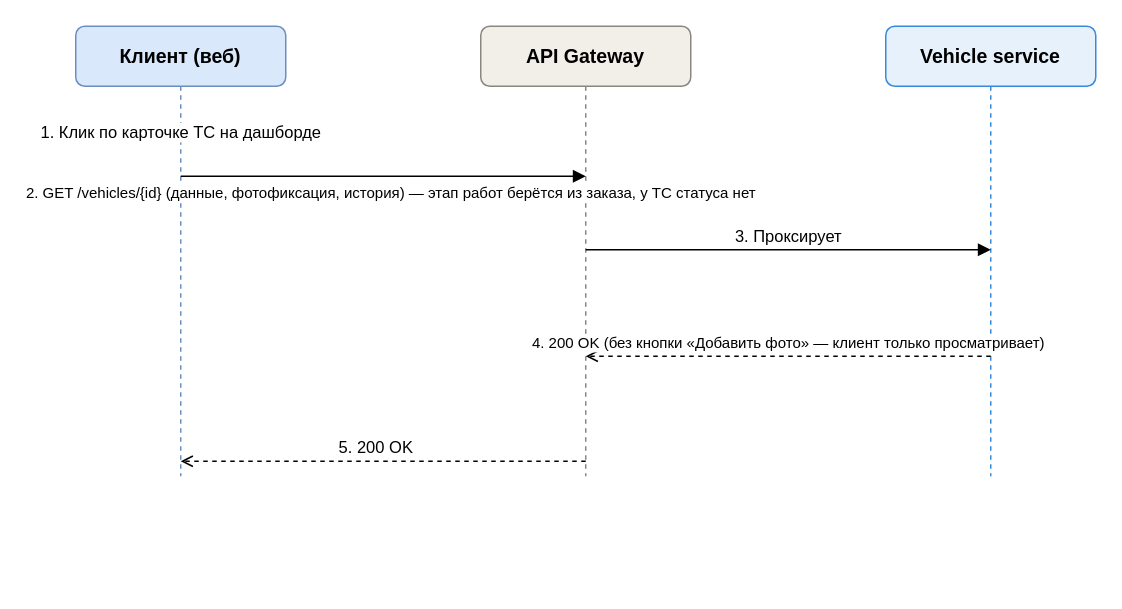
Earlier version of the draw.io diagram stuff/uml/sequence/sequence-vehicle-card.drawio (TFRunity/sto). Source tidied: cells renumbered, new cells numbered last; positions are measured from the earlier drawing's top-left corner, leaving out a move shared by most shapes. Both pictures are drawn from the tidied source at 150%, with x=0, y=0 at pixel (75, 26).
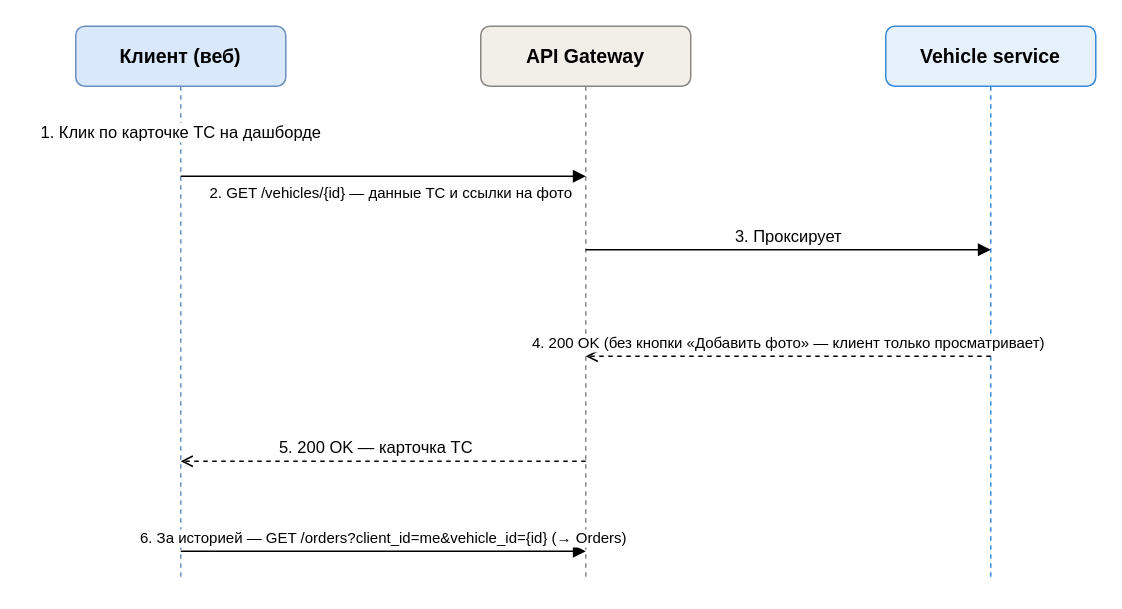
The same page after the edit.

Unchanged cells that the change refers to:
```xml
<mxCell id="2" value="Клиент (веб)" style="rounded=1;whiteSpace=wrap;html=1;fillColor=#dae8fc;strokeColor=#6c8ebf;fontSize=13;fontStyle=1;" parent="1" vertex="1">
  <mxGeometry width="140" height="40" as="geometry" />
</mxCell>
<mxCell id="3" value="API Gateway" style="rounded=1;whiteSpace=wrap;html=1;fillColor=#f1efe8;strokeColor=#888780;fontSize=13;fontStyle=1;" parent="1" vertex="1">
  <mxGeometry x="270" width="140" height="40" as="geometry" />
</mxCell>
<mxCell id="4" value="Vehicle service" style="rounded=1;whiteSpace=wrap;html=1;fillColor=#e6f1fb;strokeColor=#378add;fontSize=13;fontStyle=1;" parent="1" vertex="1">
  <mxGeometry x="540" width="140" height="40" as="geometry" />
</mxCell>
```

What changed in the source:
```diff
@@
     <mxCell id="5" style="endArrow=none;dashed=1;html=1;strokeColor=#6c8ebf;" parent="1" edge="1" source="2">
       <mxGeometry relative="1" as="geometry">
-        <mxPoint x="70" y="300" as="targetPoint" />
+        <mxPoint x="70" y="370" as="targetPoint" />
       </mxGeometry>
     </mxCell>
     <mxCell id="6" style="endArrow=none;dashed=1;html=1;strokeColor=#888780;" parent="1" edge="1" source="3">
       <mxGeometry relative="1" as="geometry">
-        <mxPoint x="340" y="300" as="targetPoint" />
+        <mxPoint x="340" y="370" as="targetPoint" />
       </mxGeometry>
     </mxCell>
     <mxCell id="7" style="endArrow=none;dashed=1;html=1;strokeColor=#378add;" parent="1" edge="1" source="4">
       <mxGeometry relative="1" as="geometry">
-        <mxPoint x="610" y="300" as="targetPoint" />
+        <mxPoint x="610" y="370" as="targetPoint" />
       </mxGeometry>
     </mxCell>
@@
-    <mxCell id="9" value="2. GET /vehicles/{id} (данные, фотофиксация, история) — этап работ берётся из заказа, у ТС статуса нет" style="html=1;endArrow=block;fontSize=10;align=center;verticalAlign=bottom;" parent="1" edge="1">
+    <mxCell id="9" value="2. GET /vehicles/{id} — данные ТС и ссылки на фото" style="html=1;endArrow=block;fontSize=10;align=center;verticalAlign=bottom;" parent="1" edge="1">
       <mxGeometry x="0.04" y="-20" relative="1" as="geometry">
         <mxPoint x="70" y="100" as="sourcePoint" />
         <mxPoint x="340" y="100" as="targetPoint" />
       </mxGeometry>
     </mxCell>
@@
-    <mxCell id="12" value="5. 200 OK" style="html=1;endArrow=open;dashed=1;fontSize=11;align=center;verticalAlign=bottom;" parent="1" edge="1">
+    <mxCell id="12" value="5. 200 OK — карточка ТС" style="html=1;endArrow=open;dashed=1;fontSize=11;align=center;verticalAlign=bottom;" parent="1" edge="1">
       <mxGeometry x="0.04" relative="1" as="geometry">
         <mxPoint x="340" y="290" as="sourcePoint" />
         <mxPoint x="70" y="290" as="targetPoint" />
       </mxGeometry>
     </mxCell>
+    <mxCell id="13" value="6. За историей — GET /orders?client_id=me&amp;vehicle_id={id} (→ Orders)" style="html=1;endArrow=block;fontSize=10;align=center;verticalAlign=bottom;" parent="1" edge="1">
+      <mxGeometry relative="1" as="geometry">
+        <mxPoint x="70" y="350" as="sourcePoint" />
+        <mxPoint x="340" y="350" as="targetPoint" />
+      </mxGeometry>
+    </mxCell>
```
